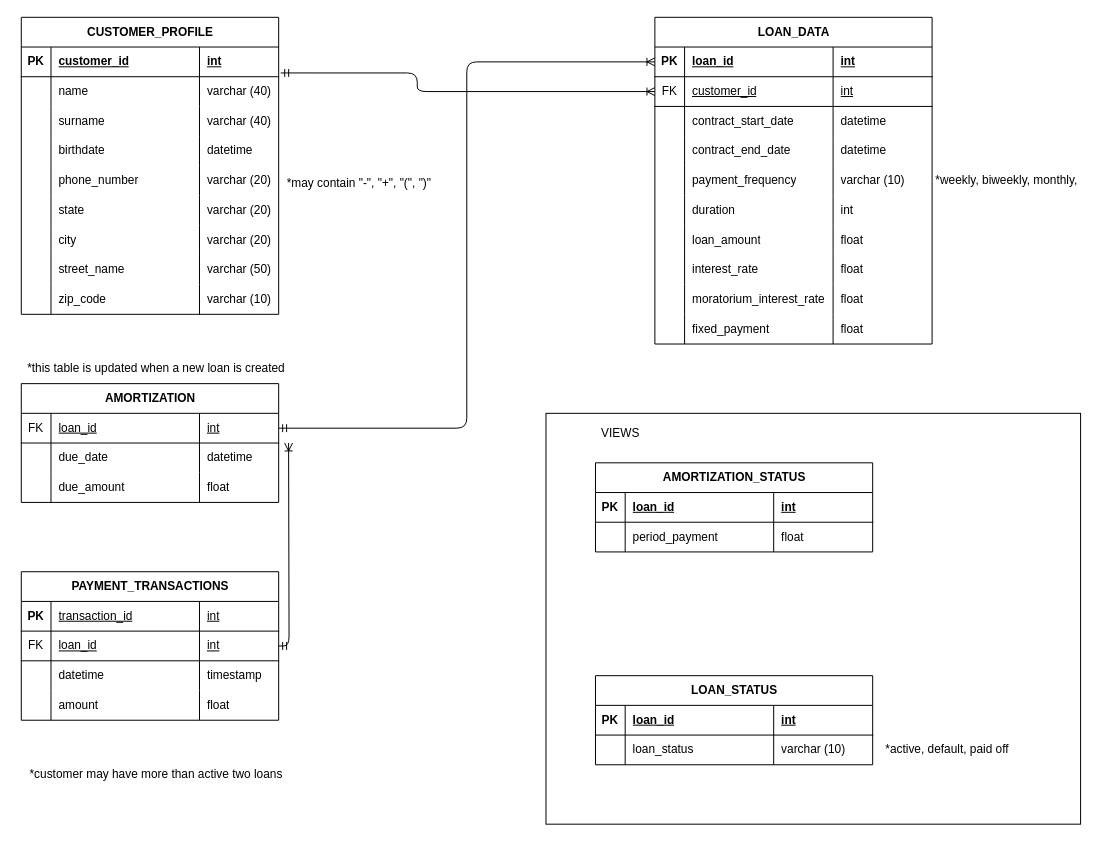
Before: Diagrama sin título.drawio in saul-soto/business-case-assessment, a draw.io diagram. Source tidied: cells renumbered, new cells numbered last; positions are measured from the earlier drawing's top-left corner, leaving out a move shared by most shapes. Both pictures are drawn from the tidied source at 99%, with x=0, y=0 at pixel (17, 17).
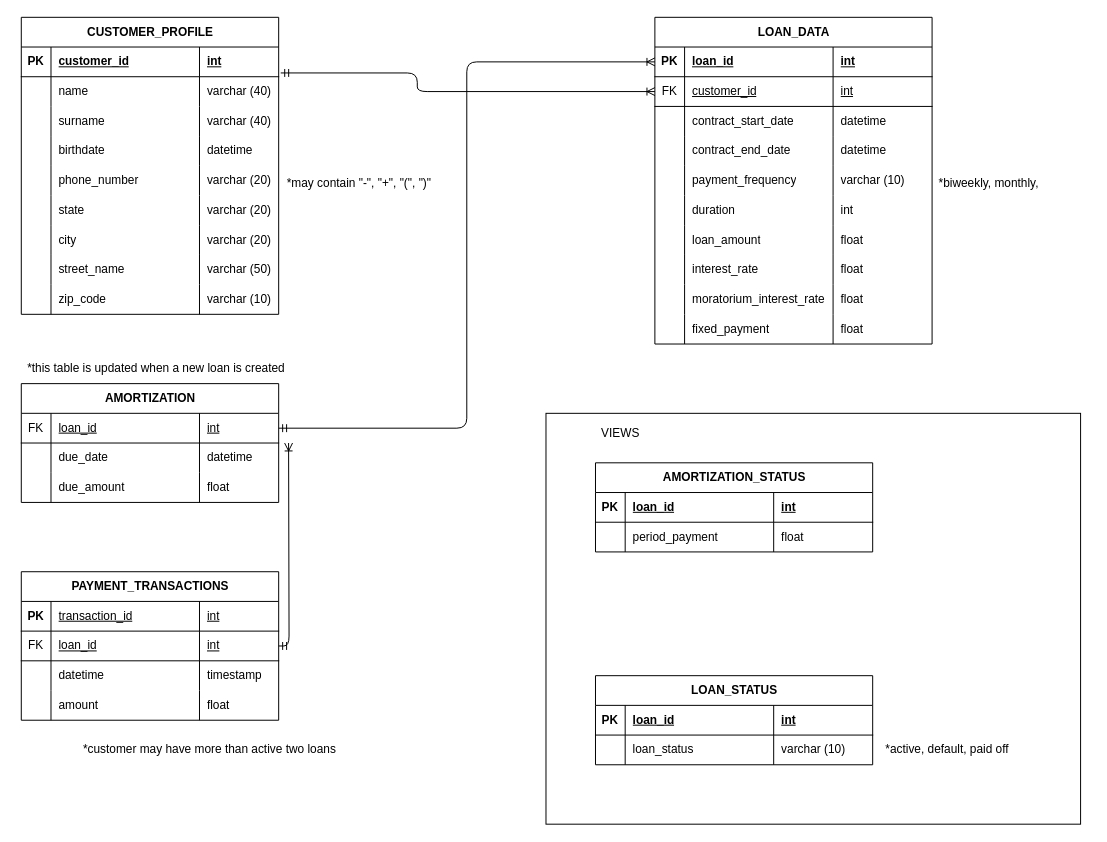
The same page after the edit.

The edit, as a diff of the source:
```diff
@@
-    <mxCell id="115" value="*weekly, biweekly, monthly," style="text;html=1;align=center;verticalAlign=middle;strokeColor=none;fillColor=none;" parent="1" vertex="1">
-      <mxGeometry x="914" y="150" width="170" height="30" as="geometry" />
+    <mxCell id="115" value="*biweekly, monthly," style="text;html=1;align=center;verticalAlign=middle;strokeColor=none;fillColor=none;" parent="1" vertex="1">
+      <mxGeometry x="921" y="153" width="120" height="30" as="geometry" />
     </mxCell>
@@
     <mxCell id="127" value="*customer may have more than active two loans" style="text;html=1;align=center;verticalAlign=middle;strokeColor=none;fillColor=none;" parent="1" vertex="1">
-      <mxGeometry y="750" width="280" height="30" as="geometry" />
+      <mxGeometry x="54" y="725" width="280" height="30" as="geometry" />
     </mxCell>
```
